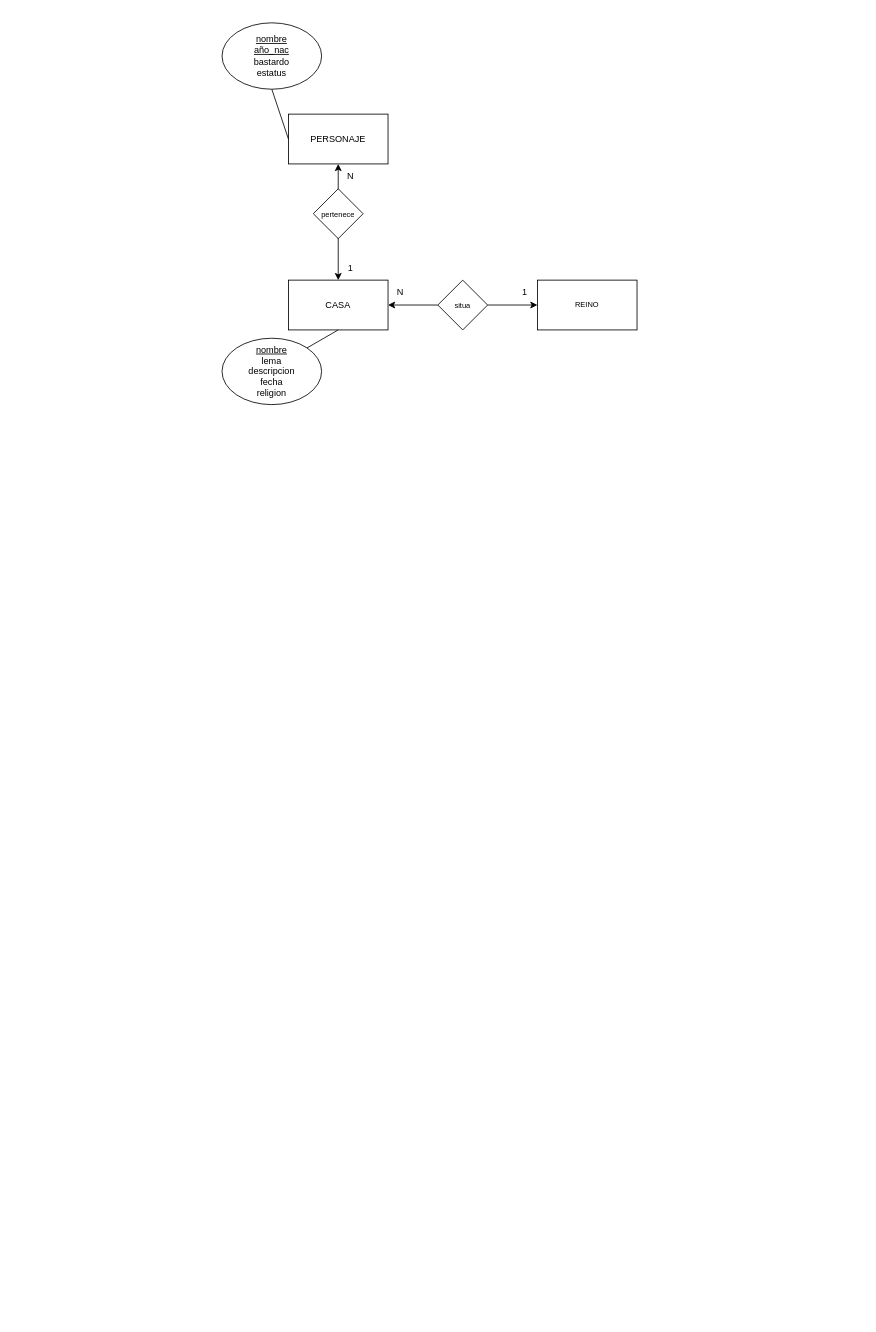
Earlier version of the draw.io diagram BD/AA24.drawio (Damaal/PracticaJAVA). Source tidied: cells renumbered, new cells numbered last; positions are measured from the earlier drawing's top-left corner, leaving out a move shared by most shapes. Both pictures are drawn from the tidied source at 83%, with x=0, y=0 at pixel (222, 22).
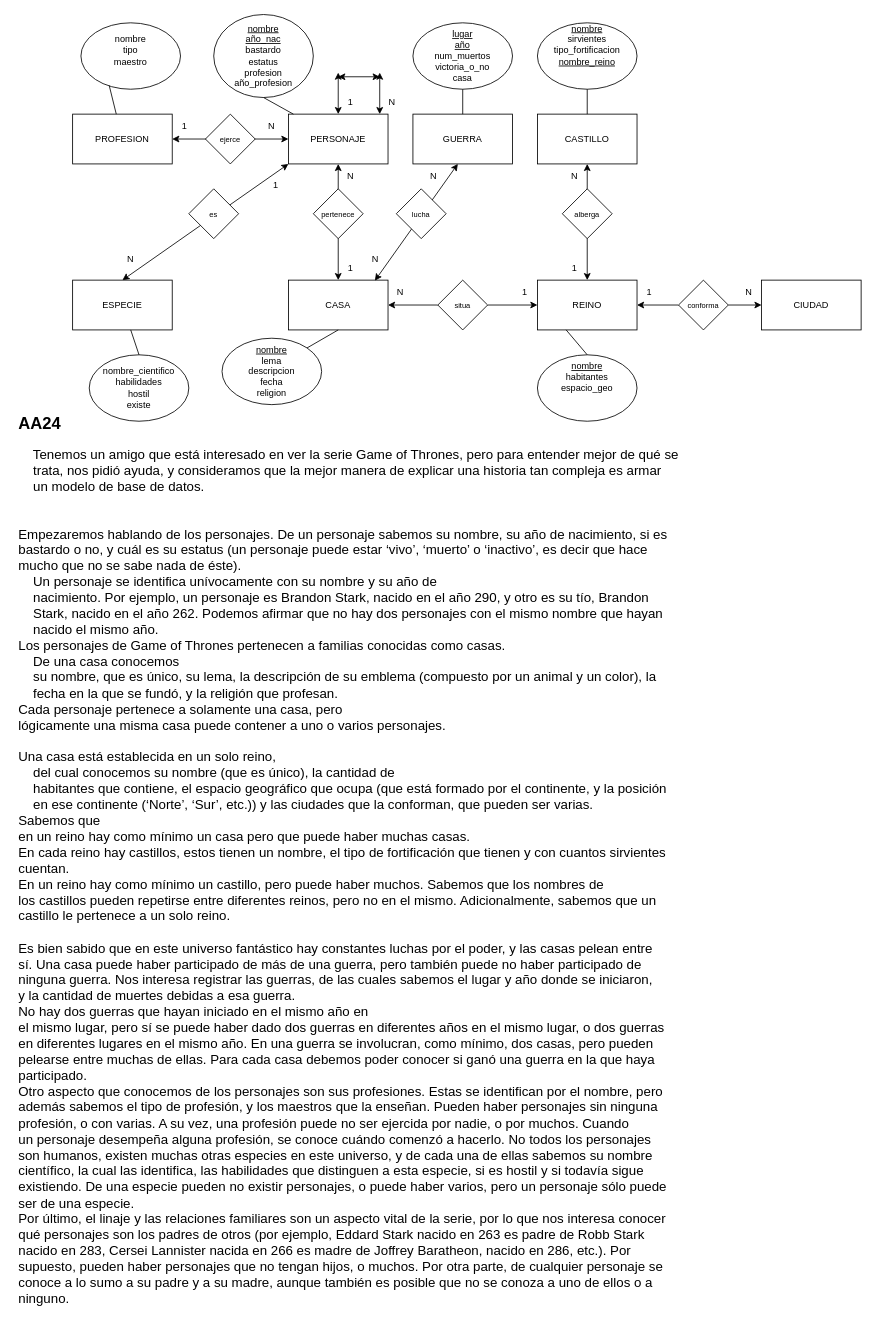
After the change.

The change refers to these unchanged cells:
```xml
<mxCell id="2" value="PERSONAJE" style="rounded=0;whiteSpace=wrap;html=1;strokeWidth=1;fontSize=11;" parent="1" vertex="1">
  <mxGeometry x="80" y="110" width="120" height="60" as="geometry" />
</mxCell>
<mxCell id="3" value="CASA" style="rounded=0;whiteSpace=wrap;html=1;strokeWidth=1;fontSize=11;" parent="1" vertex="1">
  <mxGeometry x="80" y="310" width="120" height="60" as="geometry" />
</mxCell>
```

What changed in the source:
```diff
@@
-    <mxCell id="5" value="&lt;div&gt;&lt;u&gt;nombre&lt;/u&gt;&lt;/div&gt;&lt;div&gt;&lt;u&gt;año_nac&lt;/u&gt;&lt;/div&gt;&lt;div&gt;bastardo&lt;/div&gt;&lt;div&gt;estatus&lt;br&gt;&lt;/div&gt;" style="ellipse;whiteSpace=wrap;html=1;strokeWidth=1;fontSize=11;" parent="1" vertex="1">
-      <mxGeometry width="120" height="80" as="geometry" />
+    <mxCell id="5" value="&lt;div&gt;&lt;u&gt;nombre&lt;/u&gt;&lt;/div&gt;&lt;div&gt;&lt;u&gt;año_nac&lt;/u&gt;&lt;/div&gt;&lt;div&gt;bastardo&lt;/div&gt;&lt;div&gt;estatus&lt;/div&gt;&lt;div&gt;profesion&lt;/div&gt;&lt;div&gt;año_profesion&lt;br&gt;&lt;/div&gt;" style="ellipse;whiteSpace=wrap;html=1;strokeWidth=1;fontSize=11;" parent="1" vertex="1">
+      <mxGeometry x="-10" y="-10" width="120" height="100" as="geometry" />
     </mxCell>
-    <mxCell id="6" style="endArrow=none;html=1;rounded=0;fontSize=11;entryX=0.5;entryY=1;entryDx=0;entryDy=0;exitX=0;exitY=0.5;exitDx=0;exitDy=0;" parent="1" edge="1" source="2" target="5">
+    <mxCell id="6" style="endArrow=none;html=1;rounded=0;fontSize=11;entryX=0.5;entryY=1;entryDx=0;entryDy=0;" parent="1" edge="1" source="2" target="5">
       <mxGeometry relative="1" as="geometry" />
     </mxCell>
@@
-    <mxCell id="12" value="REINO" style="rounded=0;whiteSpace=wrap;html=1;strokeWidth=1;fontSize=9;" parent="1" vertex="1">
+    <mxCell id="12" value="&lt;font style=&quot;font-size: 11px;&quot;&gt;REINO&lt;/font&gt;" style="rounded=0;whiteSpace=wrap;html=1;strokeWidth=1;fontSize=9;" parent="1" vertex="1">
       <mxGeometry x="380" y="310" width="120" height="60" as="geometry" />
     </mxCell>
@@
+    <mxCell id="18" value="&lt;font style=&quot;font-size: 11px;&quot;&gt;CIUDAD&lt;/font&gt;" style="rounded=0;whiteSpace=wrap;html=1;strokeWidth=1;fontSize=9;" parent="1" vertex="1">
+      <mxGeometry x="650" y="310" width="120" height="60" as="geometry" />
+    </mxCell>
+    <mxCell id="19" style="endArrow=classic;startArrow=none;html=1;rounded=0;fontSize=9;entryX=0;entryY=0.5;entryDx=0;entryDy=0;exitX=1;exitY=0.5;exitDx=0;exitDy=0;" parent="1" edge="1" source="25" target="18">
+      <mxGeometry relative="1" as="geometry" />
+    </mxCell>
+    <mxCell id="20" value="N" style="text;html=1;strokeColor=none;fillColor=none;align=center;verticalAlign=middle;whiteSpace=wrap;rounded=0;strokeWidth=1;fontSize=11;" parent="1" vertex="1">
+      <mxGeometry x="620" y="310" width="30" height="30" as="geometry" />
+    </mxCell>
+    <mxCell id="21" value="1" style="text;html=1;strokeColor=none;fillColor=none;align=center;verticalAlign=middle;whiteSpace=wrap;rounded=0;strokeWidth=1;fontSize=11;" parent="1" vertex="1">
+      <mxGeometry x="500" y="310" width="30" height="30" as="geometry" />
+    </mxCell>
+    <mxCell id="22" value="&lt;div&gt;&lt;u&gt;nombre&lt;/u&gt;&lt;/div&gt;&lt;div&gt;habitantes&lt;br&gt;&lt;/div&gt;&lt;div&gt;espacio_geo&lt;/div&gt;&lt;div&gt;&lt;br&gt;&lt;/div&gt;&lt;div&gt;&lt;br&gt;&lt;/div&gt;" style="ellipse;whiteSpace=wrap;html=1;strokeWidth=1;fontSize=11;" parent="1" vertex="1">
+      <mxGeometry x="380" y="400" width="120" height="80" as="geometry" />
+    </mxCell>
+    <mxCell id="23" style="endArrow=none;html=1;rounded=0;fontSize=9;exitX=0.5;exitY=0;exitDx=0;exitDy=0;entryX=0.288;entryY=0.999;entryDx=0;entryDy=0;entryPerimeter=0;" parent="1" edge="1" source="22" target="12">
+      <mxGeometry relative="1" as="geometry" />
+    </mxCell>
+    <mxCell id="24" value="&lt;div style=&quot;font-size: 11px;&quot;&gt;&lt;font style=&quot;font-size: 11px;&quot;&gt;CASTILLO&lt;/font&gt;&lt;/div&gt;" style="rounded=0;whiteSpace=wrap;html=1;strokeWidth=1;fontSize=9;" parent="1" vertex="1">
+      <mxGeometry x="380" y="110" width="120" height="60" as="geometry" />
+    </mxCell>
+    <mxCell id="25" value="&lt;font style=&quot;font-size: 9px;&quot;&gt;conforma&lt;/font&gt;" style="rhombus;whiteSpace=wrap;html=1;strokeWidth=1;fontSize=11;" parent="1" vertex="1">
+      <mxGeometry x="550" y="310" width="60" height="60" as="geometry" />
+    </mxCell>
+    <mxCell id="26" style="endArrow=none;startArrow=classic;html=1;rounded=0;fontSize=9;entryX=0;entryY=0.5;entryDx=0;entryDy=0;exitX=1;exitY=0.5;exitDx=0;exitDy=0;" parent="1" edge="1" source="12" target="25">
+      <mxGeometry relative="1" as="geometry" />
+    </mxCell>
+    <mxCell id="27" style="endArrow=classic;startArrow=classic;html=1;rounded=0;fontSize=11;entryX=0.5;entryY=1;entryDx=0;entryDy=0;exitX=0.5;exitY=0;exitDx=0;exitDy=0;" parent="1" edge="1" source="12" target="24">
+      <mxGeometry relative="1" as="geometry" />
+    </mxCell>
+    <mxCell id="28" value="N" style="text;html=1;strokeColor=none;fillColor=none;align=center;verticalAlign=middle;whiteSpace=wrap;rounded=0;strokeWidth=1;fontSize=11;" parent="1" vertex="1">
+      <mxGeometry x="410" y="170" width="30" height="30" as="geometry" />
+    </mxCell>
+    <mxCell id="29" value="1" style="text;html=1;strokeColor=none;fillColor=none;align=center;verticalAlign=middle;whiteSpace=wrap;rounded=0;strokeWidth=1;fontSize=11;" parent="1" vertex="1">
+      <mxGeometry x="410" y="280" width="30" height="30" as="geometry" />
+    </mxCell>
+    <mxCell id="30" value="&lt;font style=&quot;font-size: 9px;&quot;&gt;alberga&lt;/font&gt;" style="rhombus;whiteSpace=wrap;html=1;strokeWidth=1;fontSize=11;" parent="1" vertex="1">
+      <mxGeometry x="410" y="200" width="60" height="60" as="geometry" />
+    </mxCell>
+    <mxCell id="31" value="&lt;div&gt;&lt;u&gt;nombre&lt;/u&gt;&lt;/div&gt;&lt;div&gt;sirvientes&lt;br&gt;&lt;/div&gt;&lt;div&gt;tipo_fortificacion&lt;/div&gt;&lt;div&gt;&lt;u&gt;nombre_reino&lt;/u&gt;&lt;br&gt;&lt;/div&gt;&lt;div&gt;&lt;br&gt;&lt;/div&gt;&lt;div&gt;&lt;br&gt;&lt;/div&gt;" style="ellipse;whiteSpace=wrap;html=1;strokeWidth=1;fontSize=11;" parent="1" vertex="1">
+      <mxGeometry x="380" width="120" height="80" as="geometry" />
+    </mxCell>
+    <mxCell id="32" style="endArrow=none;html=1;rounded=0;fontSize=9;entryX=0.5;entryY=1;entryDx=0;entryDy=0;" parent="1" edge="1" source="24" target="31">
+      <mxGeometry relative="1" as="geometry" />
+    </mxCell>
+    <mxCell id="33" value="&lt;font style=&quot;font-size: 11px;&quot;&gt;GUERRA&lt;/font&gt;" style="rounded=0;whiteSpace=wrap;html=1;strokeWidth=1;fontSize=9;" parent="1" vertex="1">
+      <mxGeometry x="230" y="110" width="120" height="60" as="geometry" />
+    </mxCell>
+    <mxCell id="34" style="endArrow=classic;startArrow=classic;html=1;rounded=0;fontSize=11;exitX=0.868;exitY=0.011;exitDx=0;exitDy=0;exitPerimeter=0;entryX=0.451;entryY=0.999;entryDx=0;entryDy=0;entryPerimeter=0;" parent="1" edge="1" source="3" target="33">
+      <mxGeometry relative="1" as="geometry" />
+    </mxCell>
+    <mxCell id="35" value="N" style="text;html=1;strokeColor=none;fillColor=none;align=center;verticalAlign=middle;whiteSpace=wrap;rounded=0;strokeWidth=1;fontSize=11;" parent="1" vertex="1">
+      <mxGeometry x="170" y="270" width="30" height="30" as="geometry" />
+    </mxCell>
+    <mxCell id="36" value="N" style="text;html=1;strokeColor=none;fillColor=none;align=center;verticalAlign=middle;whiteSpace=wrap;rounded=0;strokeWidth=1;fontSize=11;" parent="1" vertex="1">
+      <mxGeometry x="240" y="170" width="30" height="30" as="geometry" />
+    </mxCell>
+    <mxCell id="37" value="&lt;u&gt;lugar&lt;/u&gt;&lt;div&gt;&lt;u&gt;año&lt;/u&gt;&lt;/div&gt;&lt;div&gt;num_muertos&lt;/div&gt;&lt;div&gt;victoria_o_no&lt;/div&gt;&lt;div&gt;casa&lt;br&gt;&lt;/div&gt;" style="ellipse;whiteSpace=wrap;html=1;strokeWidth=1;fontSize=11;" parent="1" vertex="1">
+      <mxGeometry x="230" width="120" height="80" as="geometry" />
+    </mxCell>
+    <mxCell id="38" style="endArrow=none;html=1;rounded=0;fontSize=11;entryX=0.5;entryY=1;entryDx=0;entryDy=0;exitX=0.5;exitY=0;exitDx=0;exitDy=0;" parent="1" edge="1" source="33" target="37">
+      <mxGeometry relative="1" as="geometry" />
+    </mxCell>
+    <mxCell id="39" value="PROFESION" style="rounded=0;whiteSpace=wrap;html=1;strokeWidth=1;fontSize=11;" parent="1" vertex="1">
+      <mxGeometry x="-180" y="110" width="120" height="60" as="geometry" />
+    </mxCell>
+    <mxCell id="40" style="endArrow=classic;startArrow=classic;html=1;rounded=0;fontSize=11;entryX=1;entryY=0.5;entryDx=0;entryDy=0;exitX=0;exitY=0.5;exitDx=0;exitDy=0;" parent="1" edge="1" source="2" target="39">
+      <mxGeometry relative="1" as="geometry" />
+    </mxCell>
+    <mxCell id="41" value="N" style="text;html=1;strokeColor=none;fillColor=none;align=center;verticalAlign=middle;whiteSpace=wrap;rounded=0;strokeWidth=1;fontSize=11;" parent="1" vertex="1">
+      <mxGeometry x="45" y="110" width="30" height="30" as="geometry" />
+    </mxCell>
+    <mxCell id="42" value="1" style="text;html=1;strokeColor=none;fillColor=none;align=center;verticalAlign=middle;whiteSpace=wrap;rounded=0;strokeWidth=1;fontSize=11;" parent="1" vertex="1">
+      <mxGeometry x="-60" y="110" width="30" height="30" as="geometry" />
+    </mxCell>
+    <mxCell id="43" value="&lt;div&gt;nombre&lt;/div&gt;&lt;div&gt;tipo&lt;/div&gt;&lt;div&gt;maestro&lt;/div&gt;&lt;div&gt;&lt;br&gt;&lt;/div&gt;" style="ellipse;whiteSpace=wrap;html=1;strokeWidth=1;fontSize=11;" parent="1" vertex="1">
+      <mxGeometry x="-170" width="120" height="80" as="geometry" />
+    </mxCell>
+    <mxCell id="44" value="ESPECIE" style="rounded=0;whiteSpace=wrap;html=1;strokeWidth=1;fontSize=11;" parent="1" vertex="1">
+      <mxGeometry x="-180" y="310" width="120" height="60" as="geometry" />
+    </mxCell>
+    <mxCell id="45" style="endArrow=classic;startArrow=classic;html=1;rounded=0;fontSize=11;exitX=0.5;exitY=0;exitDx=0;exitDy=0;entryX=0;entryY=1;entryDx=0;entryDy=0;" parent="1" edge="1" source="44" target="2">
+      <mxGeometry relative="1" as="geometry" />
+    </mxCell>
+    <mxCell id="46" value="N" style="text;html=1;strokeColor=none;fillColor=none;align=center;verticalAlign=middle;whiteSpace=wrap;rounded=0;strokeWidth=1;fontSize=11;" parent="1" vertex="1">
+      <mxGeometry x="-125" y="270" width="30" height="30" as="geometry" />
+    </mxCell>
+    <mxCell id="47" value="1" style="text;html=1;strokeColor=none;fillColor=none;align=center;verticalAlign=middle;whiteSpace=wrap;rounded=0;strokeWidth=1;fontSize=11;" parent="1" vertex="1">
+      <mxGeometry x="50" y="180" width="30" height="30" as="geometry" />
+    </mxCell>
+    <mxCell id="48" value="&lt;font style=&quot;font-size: 9px;&quot;&gt;lucha&lt;/font&gt;" style="rhombus;whiteSpace=wrap;html=1;strokeWidth=1;fontSize=11;" parent="1" vertex="1">
+      <mxGeometry x="210" y="200" width="60" height="60" as="geometry" />
+    </mxCell>
+    <mxCell id="49" value="&lt;font style=&quot;font-size: 9px;&quot;&gt;es&lt;/font&gt;" style="rhombus;whiteSpace=wrap;html=1;strokeWidth=1;fontSize=11;" parent="1" vertex="1">
+      <mxGeometry x="-40" y="200" width="60" height="60" as="geometry" />
+    </mxCell>
+    <mxCell id="50" value="&lt;font style=&quot;font-size: 9px;&quot;&gt;ejerce&lt;/font&gt;" style="rhombus;whiteSpace=wrap;html=1;strokeWidth=1;fontSize=11;" parent="1" vertex="1">
+      <mxGeometry x="-20" y="110" width="60" height="60" as="geometry" />
+    </mxCell>
+    <mxCell id="51" style="endArrow=none;html=1;rounded=0;fontSize=9;entryX=0.284;entryY=0.944;entryDx=0;entryDy=0;entryPerimeter=0;" parent="1" edge="1" source="39" target="43">
+      <mxGeometry relative="1" as="geometry" />
+    </mxCell>
+    <mxCell id="52" value="&lt;div&gt;nombre_cientifico&lt;/div&gt;&lt;div&gt;habilidades&lt;/div&gt;&lt;div&gt;hostil&lt;/div&gt;&lt;div&gt;existe&lt;br&gt;&lt;/div&gt;" style="ellipse;whiteSpace=wrap;html=1;strokeWidth=1;fontSize=11;" parent="1" vertex="1">
+      <mxGeometry x="-160" y="400" width="120" height="80" as="geometry" />
+    </mxCell>
+    <mxCell id="53" style="endArrow=none;html=1;rounded=0;fontSize=9;exitX=0.5;exitY=0;exitDx=0;exitDy=0;" parent="1" edge="1" source="52" target="44">
+      <mxGeometry relative="1" as="geometry" />
+    </mxCell>
+    <mxCell id="54" style="endArrow=classic;startArrow=classic;html=1;rounded=0;fontSize=9;" parent="1" edge="1" source="2">
+      <mxGeometry relative="1" as="geometry">
+        <mxPoint x="140" y="60" as="targetPoint" />
+      </mxGeometry>
+    </mxCell>
+    <mxCell id="55" style="endArrow=classic;startArrow=classic;html=1;rounded=0;fontSize=9;" parent="1" edge="1">
+      <mxGeometry relative="1" as="geometry">
+        <mxPoint x="140" y="65" as="sourcePoint" />
+        <mxPoint x="190" y="65" as="targetPoint" />
+      </mxGeometry>
+    </mxCell>
+    <mxCell id="56" style="endArrow=classic;startArrow=classic;html=1;rounded=0;fontSize=9;" parent="1" edge="1">
+      <mxGeometry relative="1" as="geometry">
+        <mxPoint x="190" y="110" as="sourcePoint" />
+        <mxPoint x="190" y="60" as="targetPoint" />
+      </mxGeometry>
+    </mxCell>
+    <mxCell id="57" value="1" style="text;html=1;strokeColor=none;fillColor=none;align=center;verticalAlign=middle;whiteSpace=wrap;rounded=0;strokeWidth=1;fontSize=11;" parent="1" vertex="1">
+      <mxGeometry x="140" y="80" width="30" height="30" as="geometry" />
+    </mxCell>
+    <mxCell id="58" value="N" style="text;html=1;strokeColor=none;fillColor=none;align=center;verticalAlign=middle;whiteSpace=wrap;rounded=0;strokeWidth=1;fontSize=11;" parent="1" vertex="1">
+      <mxGeometry x="190" y="80" width="30" height="30" as="geometry" />
+    </mxCell>
+    <mxCell id="59" value="&lt;h1 style=&quot;font-size: 16px;&quot;&gt;&lt;font style=&quot;font-size: 20px;&quot;&gt;AA24&lt;/font&gt;&lt;/h1&gt;&lt;p style=&quot;font-size: 16px;&quot;&gt;&lt;font style=&quot;font-size: 16px;&quot;&gt;&amp;nbsp;&amp;nbsp;&amp;nbsp; Tenemos un amigo que está interesado en ver la serie Game of Thrones, pero para entender mejor de qué se&lt;br&gt;&amp;nbsp;&amp;nbsp; &amp;nbsp;trata, nos pidió ayuda, y consideramos que la mejor manera de explicar una historia tan compleja es armar&lt;br&gt;&amp;nbsp;&amp;nbsp; &amp;nbsp;un modelo de base de datos.&lt;br&gt;&lt;br&gt;&lt;br&gt;Empezaremos hablando de los personajes. De un personaje sabemos su nombre, su año de nacimiento, si es&lt;br&gt;bastardo o no, y cuál es su estatus (un personaje puede estar ‘vivo’, ‘muerto’ o ‘inactivo’, es decir que hace&lt;br&gt;mucho que no se sabe nada de éste). &lt;br&gt;&amp;nbsp;&amp;nbsp; &amp;nbsp;Un personaje se identifica unívocamente con su nombre y su año de&lt;br&gt;&amp;nbsp;&amp;nbsp; &amp;nbsp;nacimiento. Por ejemplo, un personaje es Brandon Stark, nacido en el año 290, y otro es su tío, Brandon&lt;br&gt;&amp;nbsp;&amp;nbsp; &amp;nbsp;Stark, nacido en el año 262. Podemos afirmar que no hay dos personajes con el mismo nombre que hayan&lt;br&gt;&amp;nbsp;&amp;nbsp; &amp;nbsp;nacido el mismo año.&lt;br&gt;Los personajes de Game of Thrones pertenecen a familias conocidas como casas. &lt;br&gt;&amp;nbsp;&amp;nbsp; &amp;nbsp;De una casa conocemos&lt;br&gt;&amp;nbsp;&amp;nbsp; &amp;nbsp;su nombre, que es único, su lema, la descripción de su emblema (compuesto por un animal y un color), la&lt;br&gt;&amp;nbsp;&amp;nbsp; &amp;nbsp;fecha en la que se fundó, y la religión que profesan.&lt;br&gt;Cada personaje pertenece a solamente una casa, pero&lt;br&gt;lógicamente una misma casa puede contener a uno o varios personajes.&lt;br&gt;&lt;br&gt;Una casa está establecida en un solo reino, &lt;br&gt;&amp;nbsp;&amp;nbsp; &amp;nbsp;del cual conocemos su nombre (que es único), la cantidad de&lt;br&gt;&amp;nbsp;&amp;nbsp; &amp;nbsp;habitantes que contiene, el espacio geográfico que ocupa (que está formado por el continente, y la posición&lt;br&gt;&amp;nbsp;&amp;nbsp; &amp;nbsp;en ese continente (‘Norte’, ‘Sur’, etc.)) y las ciudades que la conforman, que pueden ser varias. &lt;br&gt;Sabemos que&lt;br&gt;en un reino hay como mínimo un casa pero que puede haber muchas casas.&lt;br&gt;En cada reino hay castillos, estos tienen un nombre, el tipo de fortificación que tienen y con cuantos sirvientes&lt;br&gt;cuentan. &lt;br&gt;En un reino hay como mínimo un castillo, pero puede haber muchos. Sabemos que los nombres de&lt;br&gt;los castillos pueden repetirse entre diferentes reinos, pero no en el mismo. Adicionalmente, sabemos que un&lt;br&gt;castillo le pertenece a un solo reino.&lt;br&gt;&lt;br&gt;Es bien sabido que en este universo fantástico hay constantes luchas por el poder, y las casas pelean entre&lt;br&gt;sí. Una casa puede haber participado de más de una guerra, pero también puede no haber participado de&lt;br&gt;ninguna guerra. Nos interesa registrar las guerras, de las cuales sabemos el lugar y año donde se iniciaron,&lt;br&gt;y la cantidad de muertes debidas a esa guerra. &lt;br&gt;No hay dos guerras que hayan iniciado en el mismo año en&lt;br&gt;el mismo lugar, pero sí se puede haber dado dos guerras en diferentes años en el mismo lugar, o dos guerras&lt;br&gt;en diferentes lugares en el mismo año. En una guerra se involucran, como mínimo, dos casas, pero pueden&lt;br&gt;pelearse entre muchas de ellas. Para cada casa debemos poder conocer si ganó una guerra en la que haya&lt;br&gt;participado.&lt;br&gt;Otro aspecto que conocemos de los personajes son sus profesiones. Estas se identifican por el nombre, pero&lt;br&gt;además sabemos el tipo de profesión, y los maestros que la enseñan. Pueden haber personajes sin ninguna&lt;br&gt;profesión, o con varias. A su vez, una profesión puede no ser ejercida por nadie, o por muchos. Cuando&lt;br&gt;un personaje desempeña alguna profesión, se conoce cuándo comenzó a hacerlo. No todos los personajes&lt;br&gt;son humanos, existen muchas otras especies en este universo, y de cada una de ellas sabemos su nombre&lt;br&gt;científico, la cual las identifica, las habilidades que distinguen a esta especie, si es hostil y si todavía sigue&lt;br&gt;existiendo. De una especie pueden no existir personajes, o puede haber varios, pero un personaje sólo puede&lt;br&gt;ser de una especie.&lt;br&gt;Por último, el linaje y las relaciones familiares son un aspecto vital de la serie, por lo que nos interesa conocer&lt;br&gt;qué personajes son los padres de otros (por ejemplo, Eddard Stark nacido en 263 es padre de Robb Stark&lt;br&gt;nacido en 283, Cersei Lannister nacida en 266 es madre de Joffrey Baratheon, nacido en 286, etc.). Por&lt;br&gt;supuesto, pueden haber personajes que no tengan hijos, o muchos. Por otra parte, de cualquier personaje se&lt;br&gt;conoce a lo sumo a su padre y a su madre, aunque también es posible que no se conoza a uno de ellos o a&lt;br&gt;ninguno.&lt;br&gt;&lt;/font&gt;&lt;/p&gt;" style="text;html=1;strokeColor=none;fillColor=none;spacing=5;spacingTop=-20;whiteSpace=wrap;overflow=hidden;rounded=0;strokeWidth=1;fontSize=9;" parent="1" vertex="1">
+      <mxGeometry x="-250" y="470" width="820" height="1090" as="geometry" />
+    </mxCell>
```
